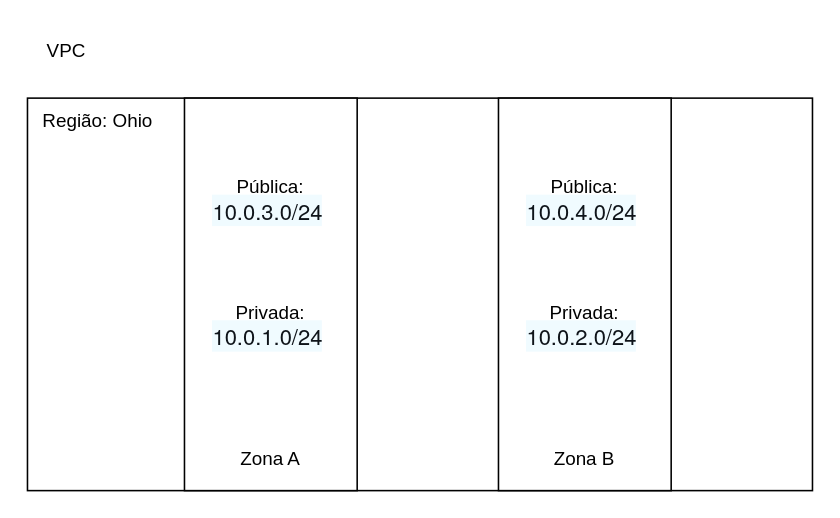
Before: aula03.drawio in castilhoarth/modulo1-pos-tech-fiap, a draw.io diagram. Source tidied: cells renumbered, new cells numbered last; positions are measured from the earlier drawing's top-left corner, leaving out a move shared by most shapes. Both pictures are drawn from the tidied source at 157%, with x=0, y=0 at pixel (27, 27).
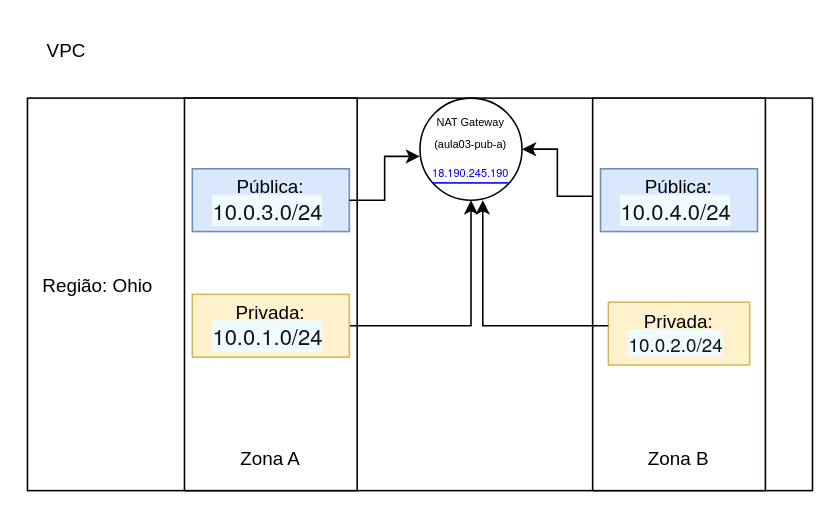
After the change.

The edit, as a diff of the source:
```diff
@@
     <mxCell id="3" value="Região: Ohio" style="text;html=1;whiteSpace=wrap;strokeColor=none;fillColor=none;align=center;verticalAlign=middle;rounded=0;" parent="1" vertex="1">
-      <mxGeometry y="45" width="90" height="30" as="geometry" />
+      <mxGeometry y="150" width="90" height="30" as="geometry" />
     </mxCell>
@@
+    <mxCell id="13" style="edgeStyle=orthogonalEdgeStyle;rounded=0;jettySize=auto;html=1;exitX=1;exitY=0.5;exitDx=0;exitDy=0;entryX=0.5;entryY=1;entryDx=0;entryDy=0;" parent="1" edge="1" source="6" target="14">
+      <mxGeometry relative="1" as="geometry" />
+    </mxCell>
-    <mxCell id="6" value="Privada:&lt;br&gt;&lt;div&gt;&lt;span style=&quot;caret-color: rgb(15, 20, 26); color: rgb(15, 20, 26); font-family: &amp;quot;Amazon Ember&amp;quot;, &amp;quot;Helvetica Neue&amp;quot;, Roboto, Arial, sans-serif; font-size: 14px; text-align: start; white-space: nowrap; background-color: rgb(240, 251, 255);&quot;&gt;10.0.1.0/24&lt;/span&gt;&amp;nbsp;&lt;/div&gt;" style="text;html=1;whiteSpace=wrap;strokeColor=none;fillColor=none;align=center;verticalAlign=middle;rounded=0;" parent="1" vertex="1">
+    <mxCell id="6" value="Privada:&lt;br&gt;&lt;div&gt;&lt;span style=&quot;caret-color: rgb(15, 20, 26); color: rgb(15, 20, 26); font-family: &amp;quot;Amazon Ember&amp;quot;, &amp;quot;Helvetica Neue&amp;quot;, Roboto, Arial, sans-serif; font-size: 14px; text-align: start; white-space: nowrap; background-color: rgb(240, 251, 255);&quot;&gt;10.0.1.0/24&lt;/span&gt;&amp;nbsp;&lt;/div&gt;" style="text;html=1;whiteSpace=wrap;strokeColor=#d6b656;fillColor=#fff2cc;align=center;verticalAlign=middle;rounded=0;" parent="1" vertex="1">
       <mxGeometry x="105" y="170" width="100" height="40" as="geometry" />
     </mxCell>
+    <mxCell id="10" value="Pública:&lt;br&gt;&lt;div&gt;&lt;span style=&quot;caret-color: rgb(15, 20, 26); color: rgb(15, 20, 26); font-family: &amp;quot;Amazon Ember&amp;quot;, &amp;quot;Helvetica Neue&amp;quot;, Roboto, Arial, sans-serif; font-size: 14px; text-align: start; white-space: nowrap; background-color: rgb(240, 251, 255);&quot;&gt;10.0.3.0/24&lt;/span&gt;&amp;nbsp;&lt;/div&gt;" style="text;html=1;whiteSpace=wrap;strokeColor=#6c8ebf;fillColor=#dae8fc;align=center;verticalAlign=middle;rounded=0;" parent="1" vertex="1">
+      <mxGeometry x="105" y="90" width="100" height="40" as="geometry" />
+    </mxCell>
+    <mxCell id="12" value="VPC" style="text;html=1;whiteSpace=wrap;strokeColor=none;fillColor=none;align=center;verticalAlign=middle;rounded=0;" parent="1" vertex="1">
+      <mxGeometry width="50" height="30" as="geometry" />
+    </mxCell>
+    <mxCell id="14" value="&lt;font style=&quot;font-size: 7px;&quot;&gt;NAT Gateway (aula03-pub-a)&lt;/font&gt;&lt;div&gt;&lt;div&gt;&lt;a id=&quot;link-self1070-1775501306062-8809&quot; data-awsui-analytics=&quot;{&amp;quot;action&amp;quot;:&amp;quot;click&amp;quot;,&amp;quot;detail&amp;quot;:{&amp;quot;label&amp;quot;:{&amp;quot;root&amp;quot;:&amp;quot;self&amp;quot;},&amp;quot;external&amp;quot;:&amp;quot;false&amp;quot;,&amp;quot;href&amp;quot;:&amp;quot;#Addresses:public-ip=18.190.245.190&amp;quot;},&amp;quot;component&amp;quot;:{&amp;quot;name&amp;quot;:&amp;quot;awsui.Link&amp;quot;,&amp;quot;label&amp;quot;:{&amp;quot;root&amp;quot;:&amp;quot;self&amp;quot;},&amp;quot;properties&amp;quot;:{&amp;quot;variant&amp;quot;:&amp;quot;secondary&amp;quot;}}}&quot; class=&quot;awsui_link_4c84z_15e4c_145 awsui_variant-secondary_4c84z_15e4c_212 awsui_font-size-body-m_4c84z_15e4c_478&quot; href=&quot;#Addresses:public-ip=18.190.245.190&quot; style=&quot;text-align: start; border-collapse: separate; border-spacing: 0px; box-sizing: border-box; caption-side: top; cursor: pointer; direction: inherit; empty-cells: show; font-variant-ligatures: normal; font-variant-alternates: normal; font-variant-numeric: normal; font-variant-east-asian: normal; font-variant-position: normal; font-width: normal; hyphens: none; list-style: outside; tab-size: 8; text-shadow: none; visibility: visible; line-height: var(--line-height-body-m-ku8qvj, 22px); font-family: &amp;quot;Amazon Ember&amp;quot;, &amp;quot;Helvetica Neue&amp;quot;, Roboto, Arial, sans-serif; -webkit-font-smoothing: inherit; display: inline; text-underline-offset: 0.25em; text-decoration-thickness: auto; text-decoration-color: currentcolor; transition-property: color, text-decoration, text-decoration; transition-duration: var(--motion-duration-refresh-only-medium-mxx5d2, 0ms);&quot;&gt;&lt;font style=&quot;font-size: 7px;&quot;&gt;18.190.245.190&lt;/font&gt;&lt;/a&gt;&lt;br&gt;&lt;/div&gt;&lt;/div&gt;" style="ellipse;whiteSpace=wrap;html=1;fontSize=11;" parent="1" vertex="1">
+      <mxGeometry x="250" y="45" width="65" height="65" as="geometry" />
+    </mxCell>
+    <mxCell id="15" style="group;fontSize=9;fillColor=#fff2cc;strokeColor=#d6b656;" parent="1" vertex="1">
+      <mxGeometry x="360" y="45" width="110" height="250" as="geometry" />
+    </mxCell>
-    <mxCell id="7" style="rounded=0;whiteSpace=wrap;html=1;rotation=-90;" parent="1" vertex="1">
-      <mxGeometry x="230" y="115" width="250" height="110" as="geometry" />
+    <mxCell id="7" style="rounded=0;whiteSpace=wrap;html=1;rotation=-90;" parent="15" vertex="1">
+      <mxGeometry x="-70" y="70" width="250" height="110" as="geometry" />
     </mxCell>
-    <mxCell id="8" value="Zona B" style="text;html=1;whiteSpace=wrap;strokeColor=none;fillColor=none;align=center;verticalAlign=middle;rounded=0;" parent="1" vertex="1">
-      <mxGeometry x="325" y="260" width="60" height="30" as="geometry" />
+    <mxCell id="8" value="Zona B" style="text;html=1;whiteSpace=wrap;strokeColor=none;fillColor=none;align=center;verticalAlign=middle;rounded=0;" parent="15" vertex="1">
+      <mxGeometry x="25" y="215" width="60" height="30" as="geometry" />
     </mxCell>
-    <mxCell id="9" value="Privada:&lt;br&gt;&lt;div&gt;&lt;span style=&quot;caret-color: rgb(15, 20, 26); color: rgb(15, 20, 26); font-family: &amp;quot;Amazon Ember&amp;quot;, &amp;quot;Helvetica Neue&amp;quot;, Roboto, Arial, sans-serif; font-size: 14px; text-align: start; white-space: nowrap; background-color: rgb(240, 251, 255);&quot;&gt;10.0.2.0/24&lt;/span&gt;&amp;nbsp;&lt;/div&gt;" style="text;html=1;whiteSpace=wrap;strokeColor=none;fillColor=none;align=center;verticalAlign=middle;rounded=0;" parent="1" vertex="1">
-      <mxGeometry x="305" y="170" width="100" height="40" as="geometry" />
+    <mxCell id="9" value="&lt;font style=&quot;font-size: 12px;&quot;&gt;Privada:&lt;br&gt;&lt;/font&gt;&lt;div&gt;&lt;font style=&quot;font-size: 12px;&quot;&gt;&lt;span style=&quot;caret-color: rgb(15, 20, 26); color: rgb(15, 20, 26); font-family: &amp;quot;Amazon Ember&amp;quot;, &amp;quot;Helvetica Neue&amp;quot;, Roboto, Arial, sans-serif; text-align: start; white-space: nowrap; background-color: rgb(240, 251, 255);&quot;&gt;10.0.2.0/24&lt;/span&gt;&amp;nbsp;&lt;/font&gt;&lt;/div&gt;" style="text;html=1;whiteSpace=wrap;strokeColor=#d6b656;fillColor=#fff2cc;align=center;verticalAlign=middle;rounded=0;fontSize=9;" parent="15" vertex="1">
+      <mxGeometry x="10" y="130" width="90" height="40" as="geometry" />
     </mxCell>
-    <mxCell id="10" value="Pública:&lt;br&gt;&lt;div&gt;&lt;span style=&quot;caret-color: rgb(15, 20, 26); color: rgb(15, 20, 26); font-family: &amp;quot;Amazon Ember&amp;quot;, &amp;quot;Helvetica Neue&amp;quot;, Roboto, Arial, sans-serif; font-size: 14px; text-align: start; white-space: nowrap; background-color: rgb(240, 251, 255);&quot;&gt;10.0.3.0/24&lt;/span&gt;&amp;nbsp;&lt;/div&gt;" style="text;html=1;whiteSpace=wrap;strokeColor=none;fillColor=none;align=center;verticalAlign=middle;rounded=0;" parent="1" vertex="1">
-      <mxGeometry x="105" y="90" width="100" height="40" as="geometry" />
-    </mxCell>
-    <mxCell id="11" value="Pública:&lt;br&gt;&lt;div&gt;&lt;span style=&quot;caret-color: rgb(15, 20, 26); color: rgb(15, 20, 26); font-family: &amp;quot;Amazon Ember&amp;quot;, &amp;quot;Helvetica Neue&amp;quot;, Roboto, Arial, sans-serif; font-size: 14px; text-align: start; white-space: nowrap; background-color: rgb(240, 251, 255);&quot;&gt;10.0.4.0/24&lt;/span&gt;&amp;nbsp;&lt;/div&gt;" style="text;html=1;whiteSpace=wrap;strokeColor=none;fillColor=none;align=center;verticalAlign=middle;rounded=0;" parent="1" vertex="1">
-      <mxGeometry x="305" y="90" width="100" height="40" as="geometry" />
+    <mxCell id="11" value="Pública:&lt;br&gt;&lt;div&gt;&lt;span style=&quot;caret-color: rgb(15, 20, 26); color: rgb(15, 20, 26); font-family: &amp;quot;Amazon Ember&amp;quot;, &amp;quot;Helvetica Neue&amp;quot;, Roboto, Arial, sans-serif; font-size: 14px; text-align: start; white-space: nowrap; background-color: rgb(240, 251, 255);&quot;&gt;10.0.4.0/24&lt;/span&gt;&amp;nbsp;&lt;/div&gt;" style="text;html=1;whiteSpace=wrap;strokeColor=#6c8ebf;fillColor=#dae8fc;align=center;verticalAlign=middle;rounded=0;" parent="15" vertex="1">
+      <mxGeometry x="5" y="45" width="100" height="40" as="geometry" />
     </mxCell>
-    <mxCell id="12" value="VPC" style="text;html=1;whiteSpace=wrap;strokeColor=none;fillColor=none;align=center;verticalAlign=middle;rounded=0;" parent="1" vertex="1">
-      <mxGeometry width="50" height="30" as="geometry" />
-    </mxCell>
+    <mxCell id="16" style="edgeStyle=orthogonalEdgeStyle;rounded=0;jettySize=auto;html=1;entryX=0;entryY=0.571;entryDx=0;entryDy=0;entryPerimeter=0;" parent="1" edge="1" source="10" target="14">
+      <mxGeometry relative="1" as="geometry" />
+    </mxCell>
+    <mxCell id="17" style="edgeStyle=orthogonalEdgeStyle;rounded=0;orthogonalLoop=1;jettySize=auto;html=1;" parent="1" edge="1">
+      <mxGeometry relative="1" as="geometry">
+        <mxPoint x="370" y="190" as="sourcePoint" />
+        <mxPoint x="290" y="110" as="targetPoint" />
+        <Array as="points">
+          <mxPoint x="370" y="190" />
+          <mxPoint x="290" y="190" />
+        </Array>
+      </mxGeometry>
+    </mxCell>
+    <mxCell id="18" style="edgeStyle=orthogonalEdgeStyle;rounded=0;jettySize=auto;html=1;exitX=0.75;exitY=0;exitDx=0;exitDy=0;entryX=1;entryY=0.5;entryDx=0;entryDy=0;" parent="1" edge="1" source="7" target="14">
+      <mxGeometry relative="1" as="geometry" />
+    </mxCell>
```
